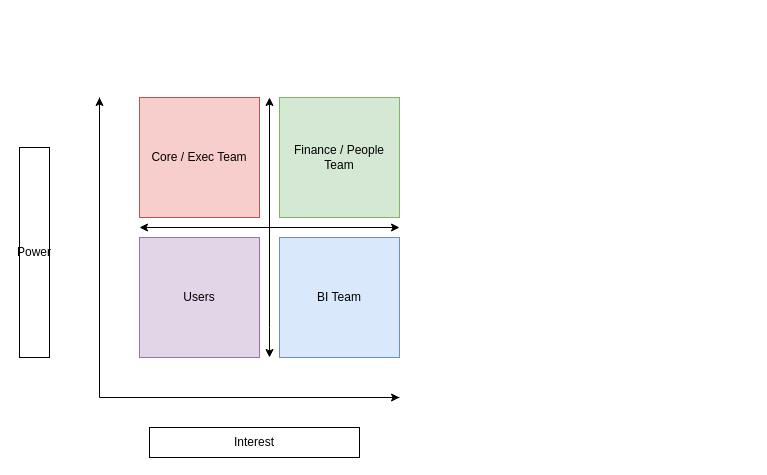
Earlier version of the draw.io diagram Stakeholders DataOps.drawio (Mikeconnor1/intro-to-github). Source tidied: cells renumbered, new cells numbered last; positions are measured from the earlier drawing's top-left corner, leaving out a move shared by most shapes. Both pictures are drawn from the tidied source at 100%, with x=0, y=0 at pixel (19, 97).
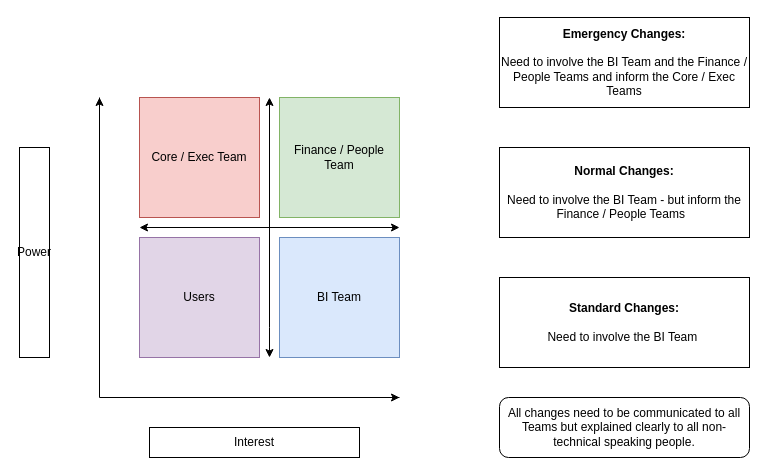
Above is the later version.

The edit, as a diff of the source:
```diff
@@
+    <mxCell id="14" value="&lt;b&gt;Emergency Changes:&lt;/b&gt;&lt;div&gt;&lt;br&gt;&lt;/div&gt;&lt;div&gt;Need to involve the BI Team and the Finance / People Teams and inform the Core / Exec Teams&lt;/div&gt;" style="rounded=0;whiteSpace=wrap;html=1;" parent="1" vertex="1">
+      <mxGeometry x="480" y="-80" width="250" height="90" as="geometry" />
+    </mxCell>
+    <mxCell id="15" value="&lt;b&gt;Normal Changes:&lt;/b&gt;&lt;div&gt;&lt;br&gt;&lt;/div&gt;&lt;div&gt;Need to involve the BI Team - but inform the Finance / People Teams&amp;nbsp;&amp;nbsp;&lt;/div&gt;" style="rounded=0;whiteSpace=wrap;html=1;" parent="1" vertex="1">
+      <mxGeometry x="480" y="50" width="250" height="90" as="geometry" />
+    </mxCell>
+    <mxCell id="16" value="&lt;b&gt;Standard Changes:&lt;/b&gt;&lt;div&gt;&lt;br&gt;&lt;/div&gt;&lt;div&gt;Need to involve the BI Team&amp;nbsp;&lt;/div&gt;" style="rounded=0;whiteSpace=wrap;html=1;" parent="1" vertex="1">
+      <mxGeometry x="480" y="180" width="250" height="90" as="geometry" />
+    </mxCell>
+    <mxCell id="17" value="All changes need to be communicated to all Teams but explained clearly to all non-technical speaking people." style="rounded=1;whiteSpace=wrap;html=1;" parent="1" vertex="1">
+      <mxGeometry x="480" y="300" width="250" height="60" as="geometry" />
+    </mxCell>
```
